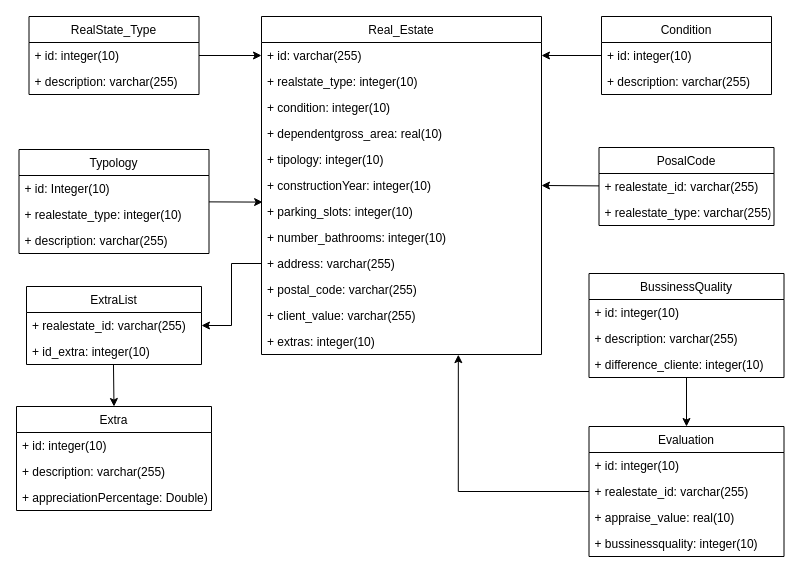
The draw.io diagram Docs/ClassDiagram.drawio in Summorox/Real-Estate-Appraisal, before the edit. Source tidied: cells renumbered, new cells numbered last; positions are measured from the earlier drawing's top-left corner, leaving out a move shared by most shapes. Both pictures are drawn from the tidied source at 100%, with x=0, y=0 at pixel (16, 16).
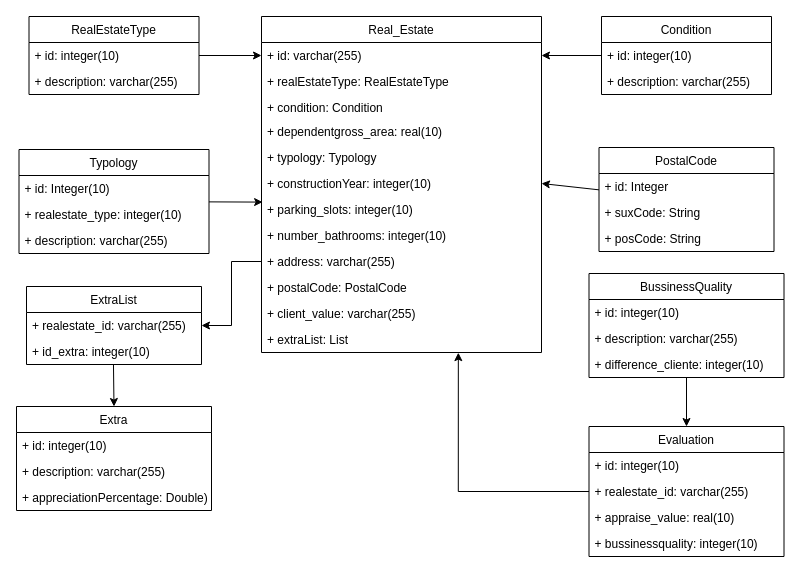
Above is the later version.

Commit message:
Update the class diagram

Diff of the diagram source:
```diff
@@
-    <mxCell id="3" value="RealState_Type" style="swimlane;fontStyle=0;horizontal=1;startSize=26;fillColor=none;" parent="1" vertex="1">
+    <mxCell id="3" value="RealEstateType" style="swimlane;fontStyle=0;horizontal=1;startSize=26;fillColor=none;" parent="1" vertex="1">
       <mxGeometry x="12.5" width="170" height="78" as="geometry" />
     </mxCell>
@@
     <mxCell id="19" value="Real_Estate" style="swimlane;fontStyle=0;horizontal=1;startSize=26;fillColor=none;" parent="1" vertex="1">
-      <mxGeometry x="245" width="280" height="338" as="geometry" />
+      <mxGeometry x="245" width="280" height="336" as="geometry" />
     </mxCell>
@@
-    <mxCell id="21" value="+ realstate_type: integer(10)" style="text;strokeColor=none;fillColor=none;align=left;verticalAlign=top;spacingLeft=4;spacingRight=4;overflow=hidden;" parent="19" vertex="1">
+    <mxCell id="21" value="+ realEstateType: RealEstateType" style="text;strokeColor=none;fillColor=none;align=left;verticalAlign=top;spacingLeft=4;spacingRight=4;overflow=hidden;" parent="19" vertex="1">
       <mxGeometry y="52" width="280" height="26" as="geometry" />
     </mxCell>
-    <mxCell id="22" value="+ condition: integer(10)" style="text;strokeColor=none;fillColor=none;align=left;verticalAlign=top;spacingLeft=4;spacingRight=4;overflow=hidden;" parent="19" vertex="1">
-      <mxGeometry y="78" width="280" height="26" as="geometry" />
+    <mxCell id="22" value="+ condition: Condition" style="text;strokeColor=none;fillColor=none;align=left;verticalAlign=top;spacingLeft=4;spacingRight=4;overflow=hidden;" parent="19" vertex="1">
+      <mxGeometry y="78" width="280" height="24" as="geometry" />
     </mxCell>
     <mxCell id="23" value="+ dependentgross_area: real(10)" style="text;strokeColor=none;fillColor=none;align=left;verticalAlign=top;spacingLeft=4;spacingRight=4;overflow=hidden;" parent="19" vertex="1">
-      <mxGeometry y="104" width="280" height="26" as="geometry" />
+      <mxGeometry y="102" width="280" height="26" as="geometry" />
     </mxCell>
-    <mxCell id="24" value="+ tipology: integer(10)" style="text;strokeColor=none;fillColor=none;align=left;verticalAlign=top;spacingLeft=4;spacingRight=4;overflow=hidden;" parent="19" vertex="1">
-      <mxGeometry y="130" width="280" height="26" as="geometry" />
+    <mxCell id="24" value="+ typology: Typology" style="text;strokeColor=none;fillColor=none;align=left;verticalAlign=top;spacingLeft=4;spacingRight=4;overflow=hidden;" parent="19" vertex="1">
+      <mxGeometry y="128" width="280" height="26" as="geometry" />
     </mxCell>
     <mxCell id="25" value="+ constructionYear: integer(10)" style="text;strokeColor=none;fillColor=none;align=left;verticalAlign=top;spacingLeft=4;spacingRight=4;overflow=hidden;points=[[0,0.5],[1,0.5]];portConstraint=eastwest;" parent="19" vertex="1">
-      <mxGeometry y="156" width="280" height="26" as="geometry" />
+      <mxGeometry y="154" width="280" height="26" as="geometry" />
     </mxCell>
     <mxCell id="26" value="+ parking_slots: integer(10)" style="text;strokeColor=none;fillColor=none;align=left;verticalAlign=top;spacingLeft=4;spacingRight=4;overflow=hidden;" parent="19" vertex="1">
-      <mxGeometry y="182" width="280" height="26" as="geometry" />
+      <mxGeometry y="180" width="280" height="26" as="geometry" />
     </mxCell>
     <mxCell id="27" value="+ number_bathrooms: integer(10)" style="text;strokeColor=none;fillColor=none;align=left;verticalAlign=top;spacingLeft=4;spacingRight=4;overflow=hidden;" parent="19" vertex="1">
-      <mxGeometry y="208" width="280" height="26" as="geometry" />
+      <mxGeometry y="206" width="280" height="26" as="geometry" />
     </mxCell>
     <mxCell id="28" value="+ address: varchar(255)" style="text;strokeColor=none;fillColor=none;align=left;verticalAlign=top;spacingLeft=4;spacingRight=4;overflow=hidden;points=[[0,0.5],[1,0.5]];portConstraint=eastwest;" parent="19" vertex="1">
-      <mxGeometry y="234" width="280" height="26" as="geometry" />
+      <mxGeometry y="232" width="280" height="26" as="geometry" />
     </mxCell>
-    <mxCell id="29" value="+ postal_code: varchar(255)" style="text;strokeColor=none;fillColor=none;align=left;verticalAlign=top;spacingLeft=4;spacingRight=4;overflow=hidden;" parent="19" vertex="1">
-      <mxGeometry y="260" width="280" height="26" as="geometry" />
+    <mxCell id="29" value="+ postalCode: PostalCode" style="text;strokeColor=none;fillColor=none;align=left;verticalAlign=top;spacingLeft=4;spacingRight=4;overflow=hidden;" parent="19" vertex="1">
+      <mxGeometry y="258" width="280" height="26" as="geometry" />
     </mxCell>
     <mxCell id="30" value="+ client_value: varchar(255)" style="text;strokeColor=none;fillColor=none;align=left;verticalAlign=top;spacingLeft=4;spacingRight=4;overflow=hidden;" parent="19" vertex="1">
-      <mxGeometry y="286" width="280" height="26" as="geometry" />
+      <mxGeometry y="284" width="280" height="26" as="geometry" />
     </mxCell>
-    <mxCell id="31" value="+ extras: integer(10)" style="text;strokeColor=none;fillColor=none;align=left;verticalAlign=top;spacingLeft=4;spacingRight=4;overflow=hidden;points=[[0,0.5],[1,0.5]];portConstraint=eastwest;" parent="19" vertex="1">
-      <mxGeometry y="312" width="280" height="26" as="geometry" />
+    <mxCell id="31" value="+ extraList: List" style="text;strokeColor=none;fillColor=none;align=left;verticalAlign=top;spacingLeft=4;spacingRight=4;overflow=hidden;points=[[0,0.5],[1,0.5]];portConstraint=eastwest;" parent="19" vertex="1">
+      <mxGeometry y="310" width="280" height="26" as="geometry" />
     </mxCell>
@@
-    <mxCell id="44" value="PosalCode" style="swimlane;fontStyle=0;horizontal=1;startSize=26;fillColor=none;" parent="1" vertex="1">
-      <mxGeometry x="582.5" y="131" width="175" height="78" as="geometry" />
+    <mxCell id="44" value="PostalCode" style="swimlane;fontStyle=0;horizontal=1;startSize=26;fillColor=none;" parent="1" vertex="1">
+      <mxGeometry x="582.5" y="131" width="175" height="104" as="geometry" />
     </mxCell>
-    <mxCell id="45" value="+ realestate_id: varchar(255)" style="text;strokeColor=none;fillColor=none;align=left;verticalAlign=top;spacingLeft=4;spacingRight=4;overflow=hidden;" parent="44" vertex="1">
+    <mxCell id="45" value="+ id: Integer" style="text;strokeColor=none;fillColor=none;align=left;verticalAlign=top;spacingLeft=4;spacingRight=4;overflow=hidden;" parent="44" vertex="1">
       <mxGeometry y="26" width="175" height="26" as="geometry" />
     </mxCell>
-    <mxCell id="46" value="+ realestate_type: varchar(255)" style="text;strokeColor=none;fillColor=none;align=left;verticalAlign=top;spacingLeft=4;spacingRight=4;overflow=hidden;" parent="44" vertex="1">
+    <mxCell id="46" value="+ suxCode: String" style="text;strokeColor=none;fillColor=none;align=left;verticalAlign=top;spacingLeft=4;spacingRight=4;overflow=hidden;" parent="44" vertex="1">
       <mxGeometry y="52" width="175" height="26" as="geometry" />
     </mxCell>
+    <mxCell id="52" value="+ posCode: String" style="text;strokeColor=none;fillColor=none;align=left;verticalAlign=top;spacingLeft=4;spacingRight=4;overflow=hidden;" parent="44" vertex="1">
+      <mxGeometry y="78" width="175" height="26" as="geometry" />
+    </mxCell>
```
